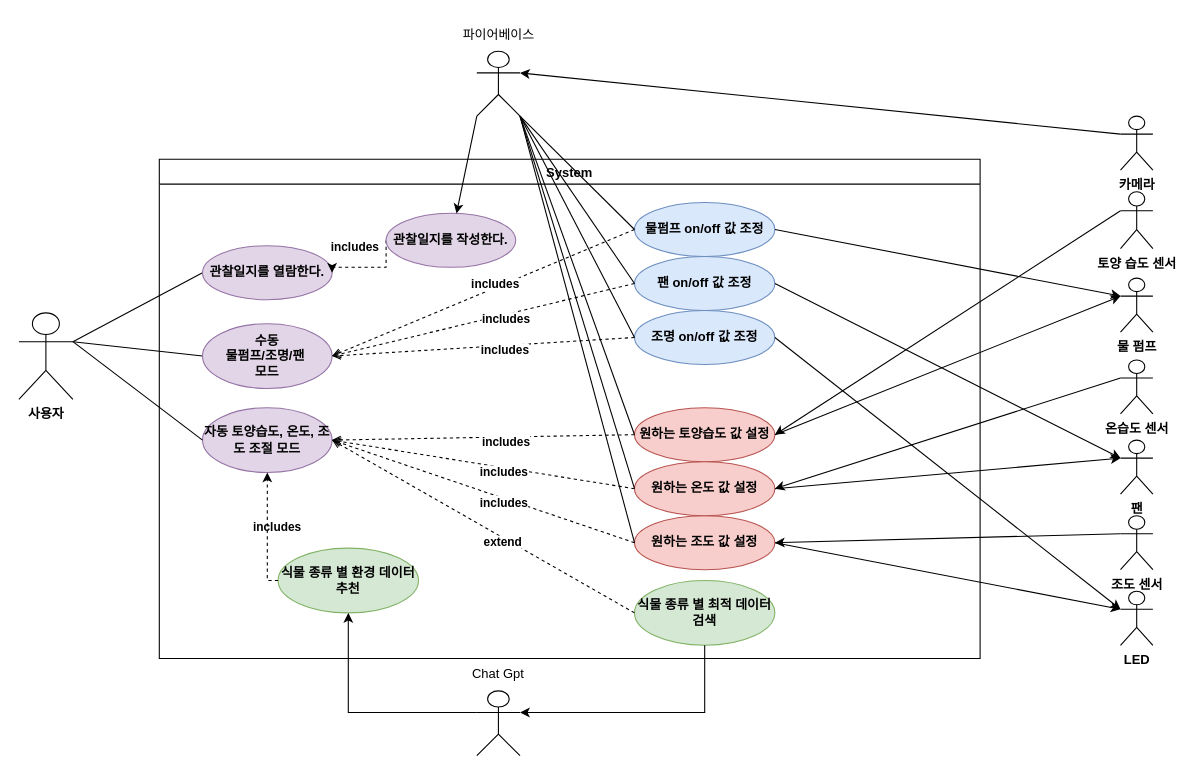
Earlier version of the draw.io diagram 과제/4주차/유스케이스.drawio (sonmyungwon/Software-Development). Source tidied: cells renumbered, new cells numbered last; positions are measured from the earlier drawing's top-left corner, leaving out a move shared by most shapes. Both pictures are drawn from the tidied source at 108%, with x=0, y=0 at pixel (18, 18).
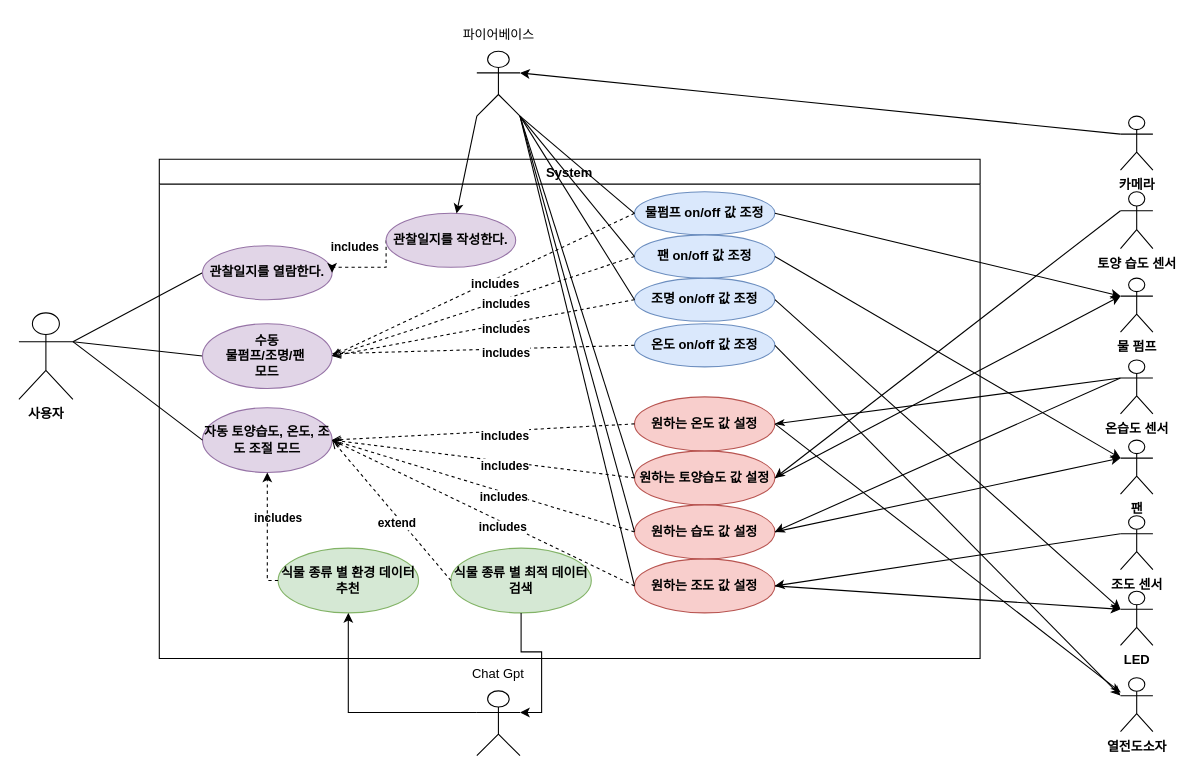
Above is the later version.

Commit message:
유스케이스.drawio 업데이트

Unchanged cells that the change refers to:
```xml
<mxCell id="5" value="System" style="swimlane;fontStyle=1;" parent="1" vertex="1">
  <mxGeometry x="130" y="130" width="760" height="462.2" as="geometry" />
</mxCell>
<mxCell id="59" value="온습도 센서&lt;br&gt;" style="shape=umlActor;verticalLabelPosition=bottom;verticalAlign=top;html=1;outlineConnect=0;fontStyle=1;" parent="1" vertex="1">
  <mxGeometry x="1020" y="315.8" width="30" height="50" as="geometry" />
</mxCell>
```

Diff of the diagram source:
```diff
@@
     <mxCell id="7" value="물펌프 on/off 값 조정" style="ellipse;whiteSpace=wrap;html=1;fontStyle=1;fillColor=#dae8fc;strokeColor=#6c8ebf;" parent="5" vertex="1">
-      <mxGeometry x="440" y="40" width="130" height="50" as="geometry" />
+      <mxGeometry x="440" y="30" width="130" height="40" as="geometry" />
     </mxCell>
     <mxCell id="8" value="조명 on/off 값 조정" style="ellipse;whiteSpace=wrap;html=1;fontStyle=1;fillColor=#dae8fc;strokeColor=#6c8ebf;" parent="5" vertex="1">
-      <mxGeometry x="440" y="140" width="130" height="50" as="geometry" />
+      <mxGeometry x="440" y="110" width="130" height="40" as="geometry" />
     </mxCell>
     <mxCell id="9" value="팬 on/off 값 조정" style="ellipse;whiteSpace=wrap;html=1;fontStyle=1;fillColor=#dae8fc;strokeColor=#6c8ebf;" parent="5" vertex="1">
-      <mxGeometry x="440" y="90" width="130" height="50" as="geometry" />
+      <mxGeometry x="440" y="70" width="130" height="40" as="geometry" />
     </mxCell>
@@
     <mxCell id="18" value="원하는 토양습도 값 설정" style="ellipse;whiteSpace=wrap;html=1;fontStyle=1;fillColor=#f8cecc;strokeColor=#b85450;" parent="5" vertex="1">
-      <mxGeometry x="440" y="230" width="130" height="50" as="geometry" />
+      <mxGeometry x="440" y="270" width="130" height="50" as="geometry" />
     </mxCell>
     <mxCell id="19" value="원하는 조도 값 설정" style="ellipse;whiteSpace=wrap;html=1;fontStyle=1;fillColor=#f8cecc;strokeColor=#b85450;" parent="5" vertex="1">
-      <mxGeometry x="440" y="330" width="130" height="50" as="geometry" />
+      <mxGeometry x="440" y="370" width="130" height="50" as="geometry" />
     </mxCell>
@@
-    <mxCell id="26" value="원하는 온도 값 설정" style="ellipse;whiteSpace=wrap;html=1;fontStyle=1;fillColor=#f8cecc;strokeColor=#b85450;" parent="5" vertex="1">
-      <mxGeometry x="440" y="280" width="130" height="50" as="geometry" />
+    <mxCell id="26" value="원하는 습도 값 설정" style="ellipse;whiteSpace=wrap;html=1;fontStyle=1;fillColor=#f8cecc;strokeColor=#b85450;" parent="5" vertex="1">
+      <mxGeometry x="440" y="320" width="130" height="50" as="geometry" />
     </mxCell>
@@
     <mxCell id="30" value="식물 종류 별 최적 데이터 검색" style="ellipse;whiteSpace=wrap;html=1;fontStyle=1;fillColor=#d5e8d4;strokeColor=#82b366;" parent="5" vertex="1">
-      <mxGeometry x="440" y="390" width="130" height="60" as="geometry" />
+      <mxGeometry x="270" y="360" width="130" height="60" as="geometry" />
     </mxCell>
@@
+    <mxCell id="67" value="원하는 온도 값 설정" style="ellipse;whiteSpace=wrap;html=1;fontStyle=1;fillColor=#f8cecc;strokeColor=#b85450;" parent="5" vertex="1">
+      <mxGeometry x="440" y="220" width="130" height="50" as="geometry" />
+    </mxCell>
+    <mxCell id="68" value="온도 on/off 값 조정" style="ellipse;whiteSpace=wrap;html=1;fontStyle=1;fillColor=#dae8fc;strokeColor=#6c8ebf;" parent="5" vertex="1">
+      <mxGeometry x="440" y="152.2" width="130" height="40" as="geometry" />
+    </mxCell>
@@
+    <mxCell id="69" value="열전도소자" style="shape=umlActor;verticalLabelPosition=bottom;verticalAlign=top;html=1;outlineConnect=0;fontStyle=1;" parent="1" vertex="1">
+      <mxGeometry x="1020" y="610" width="30" height="50" as="geometry" />
+    </mxCell>
+    <mxCell id="70" style="endArrow=none;html=1;rounded=0;entryX=1;entryY=0.5;entryDx=0;entryDy=0;startArrow=classicThin;startFill=1;endFill=0;" parent="1" edge="1" source="69" target="67">
+      <mxGeometry relative="1" as="geometry" />
+    </mxCell>
+    <mxCell id="71" style="endArrow=none;html=1;rounded=0;entryX=0;entryY=0.3333333333333333;entryDx=0;entryDy=0;startArrow=classicThin;startFill=1;endFill=0;entryPerimeter=0;exitX=1;exitY=0.5;exitDx=0;exitDy=0;" parent="1" edge="1" source="67" target="59">
+      <mxGeometry relative="1" as="geometry" />
+    </mxCell>
+    <mxCell id="72" style="endArrow=open;dashed=1;html=1;rounded=0;endFill=0;exitX=0;exitY=0.5;exitDx=0;exitDy=0;fontStyle=1;" parent="1" edge="1" source="67">
+      <mxGeometry relative="1" as="geometry">
+        <mxPoint x="290" y="390" as="targetPoint" />
+      </mxGeometry>
+    </mxCell>
+    <mxCell id="73" value="includes" style="edgeLabel;html=1;align=center;verticalAlign=middle;fontStyle=1;" parent="72" vertex="1">
+      <mxGeometry x="-0.14" y="4" relative="1" as="geometry" />
+    </mxCell>
+    <mxCell id="74" style="endArrow=open;dashed=1;html=1;rounded=0;endFill=0;exitX=0;exitY=0.5;exitDx=0;exitDy=0;fontStyle=1;" parent="1" edge="1" source="68">
+      <mxGeometry relative="1" as="geometry">
+        <mxPoint x="290" y="310" as="targetPoint" />
+      </mxGeometry>
+    </mxCell>
+    <mxCell id="75" value="includes" style="edgeLabel;html=1;align=center;verticalAlign=middle;fontStyle=1;" parent="74" vertex="1">
+      <mxGeometry x="-0.14" y="4" relative="1" as="geometry" />
+    </mxCell>
+    <mxCell id="76" style="endArrow=classic;html=1;rounded=0;exitX=1;exitY=0.5;exitDx=0;exitDy=0;startArrow=none;startFill=0;endFill=1;entryX=0;entryY=0.3333333333333333;entryDx=0;entryDy=0;fontStyle=1;entryPerimeter=0;" parent="1" edge="1" source="68" target="69">
+      <mxGeometry relative="1" as="geometry" />
+    </mxCell>
```
